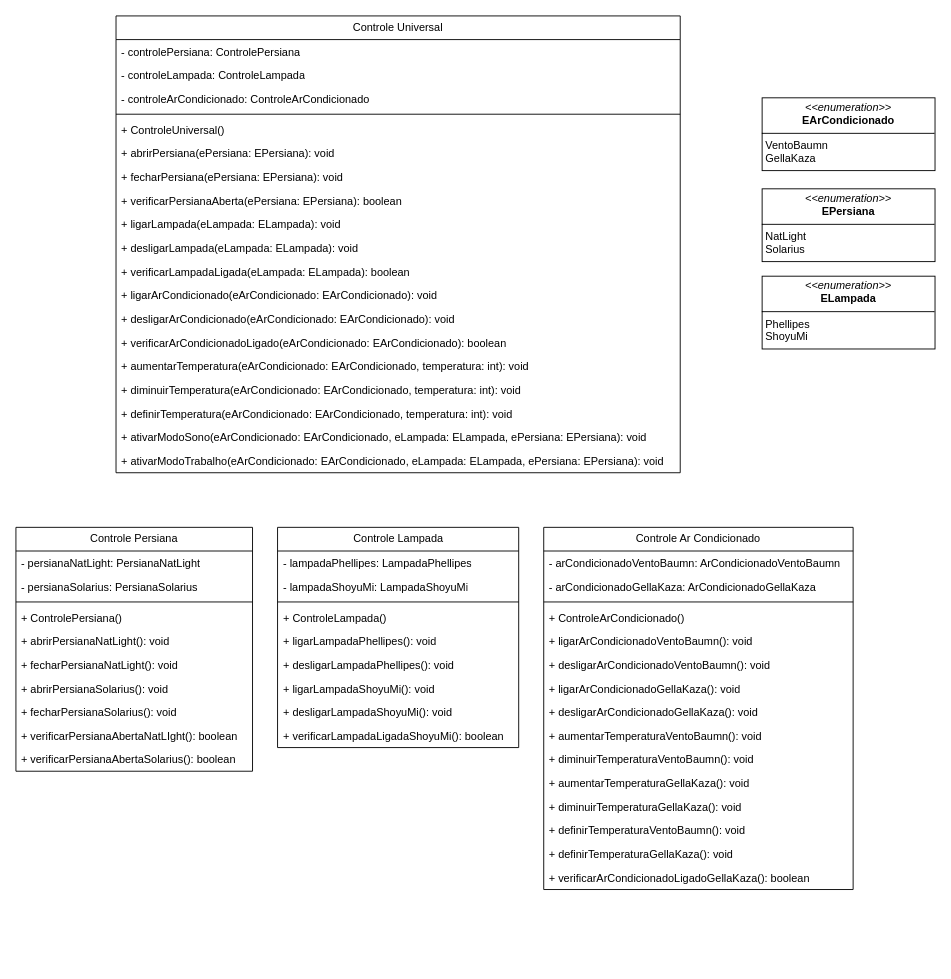
Before: problema3/src/main/java/com/analisealgoritmos/assets/trabalho 1 - problema 3.drawio in joaolavina/AnaliseAlgoritmos, a draw.io diagram. Source tidied: cells renumbered, new cells numbered last; positions are measured from the earlier drawing's top-left corner, leaving out a move shared by most shapes. Both pictures are drawn from the tidied source at 91%, with x=0, y=0 at pixel (15, 15).
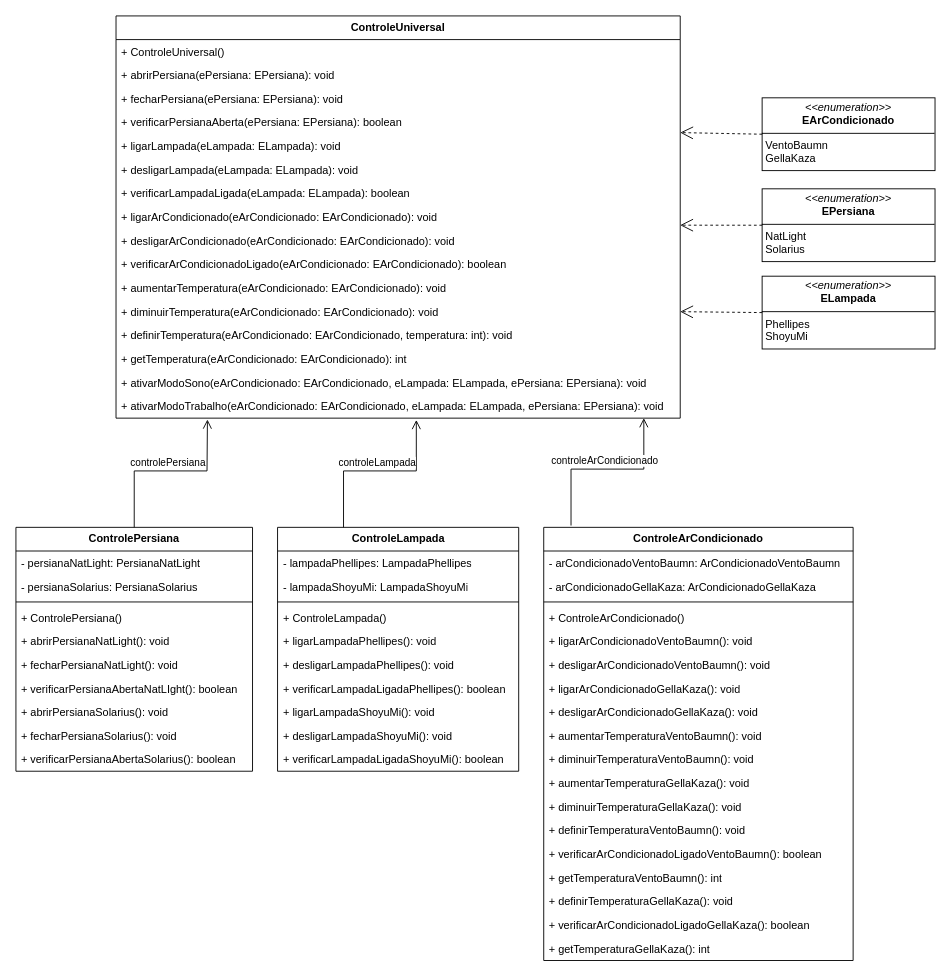
The same page after the edit.

The change refers to these unchanged cells:
```xml
<mxCell id="59" value="&lt;p style=&quot;margin:0px;margin-top:4px;text-align:center;&quot;&gt;&lt;i&gt;&amp;lt;&amp;lt;enumeration&amp;gt;&amp;gt;&lt;/i&gt;&lt;br&gt;&lt;b&gt;EArCondicionado&lt;/b&gt;&lt;/p&gt;&lt;hr size=&quot;1&quot; style=&quot;border-style:solid;&quot;&gt;&lt;p style=&quot;margin:0px;margin-left:4px;&quot;&gt;VentoBaumn&lt;/p&gt;&lt;p style=&quot;margin:0px;margin-left:4px;&quot;&gt;GellaKaza&lt;/p&gt;" style="verticalAlign=top;align=left;overflow=fill;html=1;whiteSpace=wrap;" parent="1" vertex="1">
  <mxGeometry x="820" y="90" width="190" height="80" as="geometry" />
</mxCell>
<mxCell id="60" value="&lt;p style=&quot;margin:0px;margin-top:4px;text-align:center;&quot;&gt;&lt;i&gt;&amp;lt;&amp;lt;enumeration&amp;gt;&amp;gt;&lt;/i&gt;&lt;br&gt;&lt;b&gt;EPersiana&lt;/b&gt;&lt;/p&gt;&lt;hr size=&quot;1&quot; style=&quot;border-style:solid;&quot;&gt;&lt;p style=&quot;margin:0px;margin-left:4px;&quot;&gt;NatLight&lt;/p&gt;&lt;p style=&quot;margin:0px;margin-left:4px;&quot;&gt;Solarius&lt;/p&gt;" style="verticalAlign=top;align=left;overflow=fill;html=1;whiteSpace=wrap;" parent="1" vertex="1">
  <mxGeometry x="820" y="190" width="190" height="80" as="geometry" />
</mxCell>
<mxCell id="61" value="&lt;p style=&quot;margin:0px;margin-top:4px;text-align:center;&quot;&gt;&lt;i&gt;&amp;lt;&amp;lt;enumeration&amp;gt;&amp;gt;&lt;/i&gt;&lt;br&gt;&lt;b&gt;ELampada&lt;/b&gt;&lt;/p&gt;&lt;hr size=&quot;1&quot; style=&quot;border-style:solid;&quot;&gt;&lt;p style=&quot;margin:0px;margin-left:4px;&quot;&gt;Phellipes&lt;/p&gt;&lt;p style=&quot;margin:0px;margin-left:4px;&quot;&gt;ShoyuMi&lt;/p&gt;" style="verticalAlign=top;align=left;overflow=fill;html=1;whiteSpace=wrap;" parent="1" vertex="1">
  <mxGeometry x="820" y="286" width="190" height="80" as="geometry" />
</mxCell>
```

What changed in the source:
```diff
@@
-    <mxCell id="2" value="Controle Universal" style="swimlane;fontStyle=0;horizontal=1;startSize=26;fillColor=none;whiteSpace=wrap;html=1;" parent="1" vertex="1">
-      <mxGeometry x="110" width="620" height="502" as="geometry" />
+    <mxCell id="2" value="&lt;b&gt;ControleUniversal&lt;/b&gt;" style="swimlane;fontStyle=0;horizontal=1;startSize=26;fillColor=none;whiteSpace=wrap;html=1;" parent="1" vertex="1">
+      <mxGeometry x="110" width="620" height="442" as="geometry" />
     </mxCell>
-    <mxCell id="3" value="- controlePersiana: ControlePersiana" style="text;strokeColor=none;fillColor=none;align=left;verticalAlign=top;spacingLeft=4;spacingRight=4;overflow=hidden;whiteSpace=wrap;html=1;" parent="2" vertex="1">
-      <mxGeometry y="26" width="620" height="26" as="geometry" />
-    </mxCell>
-    <mxCell id="4" value="- controleLampada: ControleLampada" style="text;strokeColor=none;fillColor=none;align=left;verticalAlign=top;spacingLeft=4;spacingRight=4;overflow=hidden;whiteSpace=wrap;html=1;" parent="2" vertex="1">
-      <mxGeometry y="52" width="620" height="26" as="geometry" />
-    </mxCell>
-    <mxCell id="5" value="- controleArCondicionado: ControleArCondicionado" style="text;strokeColor=none;fillColor=none;align=left;verticalAlign=top;spacingLeft=4;spacingRight=4;overflow=hidden;whiteSpace=wrap;html=1;" parent="2" vertex="1">
-      <mxGeometry y="78" width="620" height="26" as="geometry" />
-    </mxCell>
-    <mxCell id="6" style="line;strokeWidth=1;fillColor=none;align=left;verticalAlign=middle;spacingTop=-1;spacingLeft=3;spacingRight=3;labelPosition=right;strokeColor=inherit;" parent="2" vertex="1">
-      <mxGeometry y="104" width="620" height="8" as="geometry" />
-    </mxCell>
     <mxCell id="7" value="+ ControleUniversal()" style="text;strokeColor=none;fillColor=none;align=left;verticalAlign=top;spacingLeft=4;spacingRight=4;overflow=hidden;whiteSpace=wrap;html=1;" parent="2" vertex="1">
-      <mxGeometry y="112" width="620" height="26" as="geometry" />
+      <mxGeometry y="26" width="620" height="26" as="geometry" />
     </mxCell>
     <mxCell id="8" value="+ abrirPersiana(ePersiana: EPersiana): void" style="text;strokeColor=none;fillColor=none;align=left;verticalAlign=top;spacingLeft=4;spacingRight=4;overflow=hidden;whiteSpace=wrap;html=1;" parent="2" vertex="1">
-      <mxGeometry y="138" width="620" height="26" as="geometry" />
+      <mxGeometry y="52" width="620" height="26" as="geometry" />
     </mxCell>
     <mxCell id="9" value="+ fecharPersiana(ePersiana: EPersiana): void" style="text;strokeColor=none;fillColor=none;align=left;verticalAlign=top;spacingLeft=4;spacingRight=4;overflow=hidden;whiteSpace=wrap;html=1;" parent="2" vertex="1">
-      <mxGeometry y="164" width="620" height="26" as="geometry" />
+      <mxGeometry y="78" width="620" height="26" as="geometry" />
     </mxCell>
     <mxCell id="10" value="+ verificarPersianaAberta(ePersiana: EPersiana): boolean" style="text;strokeColor=none;fillColor=none;align=left;verticalAlign=top;spacingLeft=4;spacingRight=4;overflow=hidden;points=[[0,0.5],[1,0.5]];portConstraint=eastwest;whiteSpace=wrap;html=1;" parent="2" vertex="1">
-      <mxGeometry y="190" width="620" height="26" as="geometry" />
+      <mxGeometry y="104" width="620" height="26" as="geometry" />
     </mxCell>
     <mxCell id="11" value="+ ligarLampada(eLampada: ELampada): void" style="text;strokeColor=none;fillColor=none;align=left;verticalAlign=top;spacingLeft=4;spacingRight=4;overflow=hidden;whiteSpace=wrap;html=1;" parent="2" vertex="1">
-      <mxGeometry y="216" width="620" height="26" as="geometry" />
+      <mxGeometry y="130" width="620" height="26" as="geometry" />
     </mxCell>
     <mxCell id="12" value="+ desligarLampada(eLampada: ELampada): void" style="text;strokeColor=none;fillColor=none;align=left;verticalAlign=top;spacingLeft=4;spacingRight=4;overflow=hidden;whiteSpace=wrap;html=1;" parent="2" vertex="1">
-      <mxGeometry y="242" width="620" height="26" as="geometry" />
+      <mxGeometry y="156" width="620" height="26" as="geometry" />
     </mxCell>
     <mxCell id="13" value="+ verificarLampadaLigada(eLampada: ELampada): boolean" style="text;strokeColor=none;fillColor=none;align=left;verticalAlign=top;spacingLeft=4;spacingRight=4;overflow=hidden;whiteSpace=wrap;html=1;" parent="2" vertex="1">
-      <mxGeometry y="268" width="620" height="26" as="geometry" />
+      <mxGeometry y="182" width="620" height="26" as="geometry" />
     </mxCell>
     <mxCell id="14" value="+ ligarArCondicionado(eArCondicionado: EArCondicionado): void" style="text;strokeColor=none;fillColor=none;align=left;verticalAlign=top;spacingLeft=4;spacingRight=4;overflow=hidden;points=[[0,0.5],[1,0.5]];portConstraint=eastwest;whiteSpace=wrap;html=1;" parent="2" vertex="1">
-      <mxGeometry y="294" width="620" height="26" as="geometry" />
+      <mxGeometry y="208" width="620" height="26" as="geometry" />
     </mxCell>
     <mxCell id="15" value="+ desligarArCondicionado(eArCondicionado: EArCondicionado): void" style="text;strokeColor=none;fillColor=none;align=left;verticalAlign=top;spacingLeft=4;spacingRight=4;overflow=hidden;whiteSpace=wrap;html=1;" parent="2" vertex="1">
-      <mxGeometry y="320" width="620" height="26" as="geometry" />
+      <mxGeometry y="234" width="620" height="26" as="geometry" />
     </mxCell>
     <mxCell id="16" value="+ verificarArCondicionadoLigado(eArCondicionado: EArCondicionado): boolean" style="text;strokeColor=none;fillColor=none;align=left;verticalAlign=top;spacingLeft=4;spacingRight=4;overflow=hidden;whiteSpace=wrap;html=1;" parent="2" vertex="1">
-      <mxGeometry y="346" width="620" height="26" as="geometry" />
+      <mxGeometry y="260" width="620" height="26" as="geometry" />
     </mxCell>
-    <mxCell id="17" value="+ aumentarTemperatura(eArCondicionado: EArCondicionado, temperatura: int): void" style="text;strokeColor=none;fillColor=none;align=left;verticalAlign=top;spacingLeft=4;spacingRight=4;overflow=hidden;whiteSpace=wrap;html=1;" parent="2" vertex="1">
-      <mxGeometry y="372" width="620" height="26" as="geometry" />
+    <mxCell id="17" value="+ aumentarTemperatura(eArCondicionado: EArCondicionado): void" style="text;strokeColor=none;fillColor=none;align=left;verticalAlign=top;spacingLeft=4;spacingRight=4;overflow=hidden;whiteSpace=wrap;html=1;" parent="2" vertex="1">
+      <mxGeometry y="286" width="620" height="26" as="geometry" />
     </mxCell>
-    <mxCell id="18" value="+ diminuirTemperatura(eA&lt;span style=&quot;color: rgb(0, 0, 0);&quot;&gt;rCondicionado: EArCondicionado, temperatura: int&lt;/span&gt;): void" style="text;strokeColor=none;fillColor=none;align=left;verticalAlign=top;spacingLeft=4;spacingRight=4;overflow=hidden;whiteSpace=wrap;html=1;" parent="2" vertex="1">
-      <mxGeometry y="398" width="620" height="26" as="geometry" />
+    <mxCell id="18" value="+ diminuirTemperatura(eA&lt;span style=&quot;color: rgb(0, 0, 0);&quot;&gt;rCondicionado: EArCondicionado&lt;/span&gt;): void" style="text;strokeColor=none;fillColor=none;align=left;verticalAlign=top;spacingLeft=4;spacingRight=4;overflow=hidden;whiteSpace=wrap;html=1;" parent="2" vertex="1">
+      <mxGeometry y="312" width="620" height="26" as="geometry" />
     </mxCell>
+    <mxCell id="62" value="+ definirTemperatura(eA&lt;span style=&quot;color: rgb(0, 0, 0);&quot;&gt;rCondicionado: EArCondicionado, temperatura: int&lt;/span&gt;): void" style="text;strokeColor=none;fillColor=none;align=left;verticalAlign=top;spacingLeft=4;spacingRight=4;overflow=hidden;whiteSpace=wrap;html=1;" parent="2" vertex="1">
+      <mxGeometry y="338" width="620" height="26" as="geometry" />
+    </mxCell>
-    <mxCell id="19" value="+ definirTemperatura(eA&lt;span style=&quot;color: rgb(0, 0, 0);&quot;&gt;rCondicionado: EArCondicionado, temperatura: int&lt;/span&gt;): void" style="text;strokeColor=none;fillColor=none;align=left;verticalAlign=top;spacingLeft=4;spacingRight=4;overflow=hidden;whiteSpace=wrap;html=1;" parent="2" vertex="1">
-      <mxGeometry y="424" width="620" height="26" as="geometry" />
+    <mxCell id="19" value="+ getTemperatura(eArCondicionado: EArCondicionado): int" style="text;strokeColor=none;fillColor=none;align=left;verticalAlign=top;spacingLeft=4;spacingRight=4;overflow=hidden;whiteSpace=wrap;html=1;" parent="2" vertex="1">
+      <mxGeometry y="364" width="620" height="26" as="geometry" />
     </mxCell>
     <mxCell id="20" value="+ ativarModoSono(eArCondicionado: EArCondicionado, eLampada: ELampada, ePersiana: EPersiana): void" style="text;strokeColor=none;fillColor=none;align=left;verticalAlign=top;spacingLeft=4;spacingRight=4;overflow=hidden;whiteSpace=wrap;html=1;" parent="2" vertex="1">
-      <mxGeometry y="450" width="620" height="26" as="geometry" />
+      <mxGeometry y="390" width="620" height="26" as="geometry" />
     </mxCell>
     <mxCell id="21" value="+ ativarModoTrabalho(&lt;span style=&quot;color: rgb(0, 0, 0);&quot;&gt;eArCondicionado: EArCondicionado, eLampada: ELampada, ePersiana: EPersiana&lt;/span&gt;): void" style="text;strokeColor=none;fillColor=none;align=left;verticalAlign=top;spacingLeft=4;spacingRight=4;overflow=hidden;points=[[0,0.5],[1,0.5]];portConstraint=eastwest;whiteSpace=wrap;html=1;" parent="2" vertex="1">
-      <mxGeometry y="476" width="620" height="26" as="geometry" />
+      <mxGeometry y="416" width="620" height="26" as="geometry" />
     </mxCell>
-    <mxCell id="22" value="Controle Persiana" style="swimlane;fontStyle=0;horizontal=1;startSize=26;fillColor=none;whiteSpace=wrap;html=1;" parent="1" vertex="1">
+    <mxCell id="22" value="&lt;b&gt;ControlePersiana&lt;/b&gt;" style="swimlane;fontStyle=0;horizontal=1;startSize=26;fillColor=none;whiteSpace=wrap;html=1;" parent="1" vertex="1">
       <mxGeometry y="562" width="260" height="268" as="geometry" />
     </mxCell>
@@
+    <mxCell id="31" value="+ verificarPersianaAbertaNatLIght(): boolean" style="text;strokeColor=none;fillColor=none;align=left;verticalAlign=top;spacingLeft=4;spacingRight=4;overflow=hidden;whiteSpace=wrap;html=1;" parent="22" vertex="1">
+      <mxGeometry y="164" width="260" height="26" as="geometry" />
+    </mxCell>
     <mxCell id="29" value="+ abrirPersianaSolarius(): void" style="text;strokeColor=none;fillColor=none;align=left;verticalAlign=top;spacingLeft=4;spacingRight=4;overflow=hidden;whiteSpace=wrap;html=1;" parent="22" vertex="1">
-      <mxGeometry y="164" width="260" height="26" as="geometry" />
+      <mxGeometry y="190" width="260" height="26" as="geometry" />
     </mxCell>
     <mxCell id="30" value="+ fecharPersianaSolarius(): void" style="text;strokeColor=none;fillColor=none;align=left;verticalAlign=top;spacingLeft=4;spacingRight=4;overflow=hidden;whiteSpace=wrap;html=1;" parent="22" vertex="1">
-      <mxGeometry y="190" width="260" height="26" as="geometry" />
+      <mxGeometry y="216" width="260" height="26" as="geometry" />
     </mxCell>
-    <mxCell id="31" value="+ verificarPersianaAbertaNatLIght(): boolean" style="text;strokeColor=none;fillColor=none;align=left;verticalAlign=top;spacingLeft=4;spacingRight=4;overflow=hidden;whiteSpace=wrap;html=1;" parent="22" vertex="1">
-      <mxGeometry y="216" width="260" height="26" as="geometry" />
-    </mxCell>
@@
-    <mxCell id="33" value="Controle Lampada" style="swimlane;fontStyle=0;horizontal=1;startSize=26;fillColor=none;whiteSpace=wrap;html=1;" parent="1" vertex="1">
-      <mxGeometry x="287.5" y="562" width="265" height="242" as="geometry" />
+    <mxCell id="33" value="&lt;b&gt;ControleLampada&lt;/b&gt;" style="swimlane;fontStyle=0;horizontal=1;startSize=26;fillColor=none;whiteSpace=wrap;html=1;" parent="1" vertex="1">
+      <mxGeometry x="287.5" y="562" width="265" height="268" as="geometry" />
     </mxCell>
@@
+    <mxCell id="63" value="+ verificarLampadaLigadaPhellipes(): boolean" style="text;strokeColor=none;fillColor=none;align=left;verticalAlign=top;spacingLeft=4;spacingRight=4;overflow=hidden;whiteSpace=wrap;html=1;" parent="33" vertex="1">
+      <mxGeometry y="164" width="265" height="26" as="geometry" />
+    </mxCell>
     <mxCell id="40" value="+ ligarLampadaShoyuMi(): void" style="text;strokeColor=none;fillColor=none;align=left;verticalAlign=top;spacingLeft=4;spacingRight=4;overflow=hidden;whiteSpace=wrap;html=1;" parent="33" vertex="1">
-      <mxGeometry y="164" width="265" height="26" as="geometry" />
+      <mxGeometry y="190" width="265" height="26" as="geometry" />
     </mxCell>
     <mxCell id="41" value="+ des&lt;span style=&quot;color: rgb(0, 0, 0);&quot;&gt;ligarLampadaShoyuMi&lt;/span&gt;(): void" style="text;strokeColor=none;fillColor=none;align=left;verticalAlign=top;spacingLeft=4;spacingRight=4;overflow=hidden;whiteSpace=wrap;html=1;" parent="33" vertex="1">
-      <mxGeometry y="190" width="265" height="26" as="geometry" />
+      <mxGeometry y="216" width="265" height="26" as="geometry" />
     </mxCell>
     <mxCell id="42" value="+ verificarLampadaLigadaShoyuMi(): boolean" style="text;strokeColor=none;fillColor=none;align=left;verticalAlign=top;spacingLeft=4;spacingRight=4;overflow=hidden;whiteSpace=wrap;html=1;" parent="33" vertex="1">
-      <mxGeometry y="216" width="265" height="26" as="geometry" />
+      <mxGeometry y="242" width="265" height="26" as="geometry" />
     </mxCell>
-    <mxCell id="43" value="Controle Ar Condicionado" style="swimlane;fontStyle=0;horizontal=1;startSize=26;fillColor=none;whiteSpace=wrap;html=1;" parent="1" vertex="1">
-      <mxGeometry x="580" y="562" width="340" height="398" as="geometry" />
+    <mxCell id="43" value="&lt;b&gt;ControleArCondicionado&lt;/b&gt;" style="swimlane;fontStyle=0;horizontal=1;startSize=26;fillColor=none;whiteSpace=wrap;html=1;" parent="1" vertex="1">
+      <mxGeometry x="580" y="562" width="340" height="476" as="geometry" />
     </mxCell>
@@
+    <mxCell id="64" value="+ verificarArCondicionadoLigadoVentoBaumn(): boolean" style="text;strokeColor=none;fillColor=none;align=left;verticalAlign=top;spacingLeft=4;spacingRight=4;overflow=hidden;whiteSpace=wrap;html=1;" parent="43" vertex="1">
+      <mxGeometry y="346" width="340" height="26" as="geometry" />
+    </mxCell>
+    <mxCell id="65" value="+ getTemperaturaVentoBaumn(): int" style="text;strokeColor=none;fillColor=none;align=left;verticalAlign=top;spacingLeft=4;spacingRight=4;overflow=hidden;whiteSpace=wrap;html=1;" parent="43" vertex="1">
+      <mxGeometry y="372" width="340" height="26" as="geometry" />
+    </mxCell>
     <mxCell id="57" value="+ definirTemperaturaGellaKaza(): void" style="text;strokeColor=none;fillColor=none;align=left;verticalAlign=top;spacingLeft=4;spacingRight=4;overflow=hidden;whiteSpace=wrap;html=1;" parent="43" vertex="1">
-      <mxGeometry y="346" width="340" height="26" as="geometry" />
+      <mxGeometry y="398" width="340" height="26" as="geometry" />
     </mxCell>
     <mxCell id="58" value="+ verificarArCondicionadoLigadoGellaKaza(): boolean" style="text;strokeColor=none;fillColor=none;align=left;verticalAlign=top;spacingLeft=4;spacingRight=4;overflow=hidden;whiteSpace=wrap;html=1;" parent="43" vertex="1">
-      <mxGeometry y="372" width="340" height="26" as="geometry" />
+      <mxGeometry y="424" width="340" height="26" as="geometry" />
     </mxCell>
+    <mxCell id="66" value="+ getTemperaturaGellaKaza(): int" style="text;strokeColor=none;fillColor=none;align=left;verticalAlign=top;spacingLeft=4;spacingRight=4;overflow=hidden;whiteSpace=wrap;html=1;" parent="43" vertex="1">
+      <mxGeometry y="450" width="340" height="26" as="geometry" />
+    </mxCell>
@@
+    <mxCell id="67" value="&lt;div&gt;&lt;br&gt;&lt;/div&gt;&lt;div&gt;&lt;br&gt;&lt;/div&gt;" style="endArrow=open;endSize=12;dashed=1;html=1;exitX=0;exitY=0.5;exitDx=0;exitDy=0;entryX=1;entryY=0.931;entryDx=0;entryDy=0;entryPerimeter=0;" parent="1" edge="1" source="59" target="10">
+      <mxGeometry x="0.2" y="60" relative="1" as="geometry" />
+    </mxCell>
+    <mxCell id="68" value="&lt;div&gt;&lt;br&gt;&lt;/div&gt;&lt;div&gt;&lt;br&gt;&lt;/div&gt;" style="endArrow=open;endSize=12;dashed=1;html=1;exitX=0;exitY=0.5;exitDx=0;exitDy=0;entryX=1;entryY=0.844;entryDx=0;entryDy=0;entryPerimeter=0;" parent="1" edge="1" source="60" target="14">
+      <mxGeometry x="0.2" y="60" relative="1" as="geometry" />
+    </mxCell>
+    <mxCell id="69" value="&lt;div&gt;&lt;br&gt;&lt;/div&gt;&lt;div&gt;&lt;br&gt;&lt;/div&gt;" style="endArrow=open;endSize=12;dashed=1;html=1;exitX=0;exitY=0.5;exitDx=0;exitDy=0;" parent="1" edge="1" source="61">
+      <mxGeometry x="0.2" y="60" relative="1" as="geometry">
+        <mxPoint x="730" y="325" as="targetPoint" />
+      </mxGeometry>
+    </mxCell>
+    <mxCell id="70" value="controlePersiana" style="html=1;verticalAlign=bottom;endArrow=open;dashed=0;endSize=8;curved=0;rounded=0;exitX=0.5;exitY=0;exitDx=0;exitDy=0;entryX=0.162;entryY=1.058;entryDx=0;entryDy=0;entryPerimeter=0;" parent="1" edge="1" source="22" target="21">
+      <mxGeometry relative="1" as="geometry">
+        <Array as="points">
+          <mxPoint x="130" y="500" />
+          <mxPoint x="210" y="500" />
+        </Array>
+      </mxGeometry>
+    </mxCell>
+    <mxCell id="71" value="controleLampada" style="html=1;verticalAlign=bottom;endArrow=open;dashed=0;endSize=8;curved=0;rounded=0;exitX=0.5;exitY=0;exitDx=0;exitDy=0;entryX=0.162;entryY=1.058;entryDx=0;entryDy=0;entryPerimeter=0;" parent="1" edge="1">
+      <mxGeometry relative="1" as="geometry">
+        <mxPoint x="360" y="562" as="sourcePoint" />
+        <mxPoint x="440" y="444" as="targetPoint" />
+        <Array as="points">
+          <mxPoint x="360" y="500" />
+          <mxPoint x="440" y="500" />
+        </Array>
+      </mxGeometry>
+    </mxCell>
+    <mxCell id="72" value="controleArCondicionado" style="html=1;verticalAlign=bottom;endArrow=open;dashed=0;endSize=8;curved=0;rounded=0;exitX=0.5;exitY=0;exitDx=0;exitDy=0;entryX=0.162;entryY=1.058;entryDx=0;entryDy=0;entryPerimeter=0;" parent="1" edge="1">
+      <mxGeometry relative="1" as="geometry">
+        <mxPoint x="610" y="560" as="sourcePoint" />
+        <mxPoint x="690" y="442" as="targetPoint" />
+        <Array as="points">
+          <mxPoint x="610" y="498" />
+          <mxPoint x="690" y="498" />
+        </Array>
+      </mxGeometry>
+    </mxCell>
```
